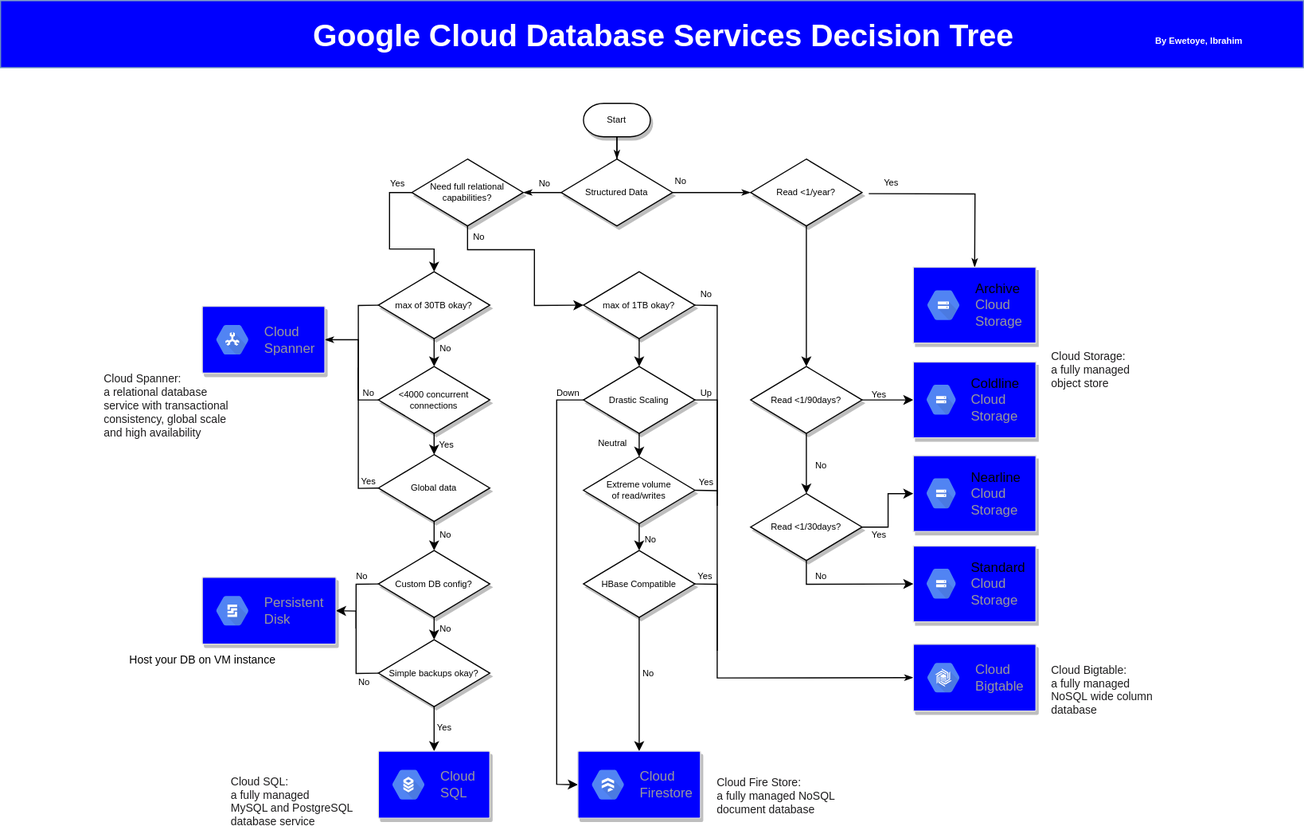
Before: diagram/decision_chart.svg, a diagram exported from draw.io (EwetoyeIbrahim/Google-Cloud-Database-Services-Decision-Tree). Source tidied: cells renumbered, new cells last; positions are measured from the earlier drawing's top-left corner, leaving out a move shared by most shapes.
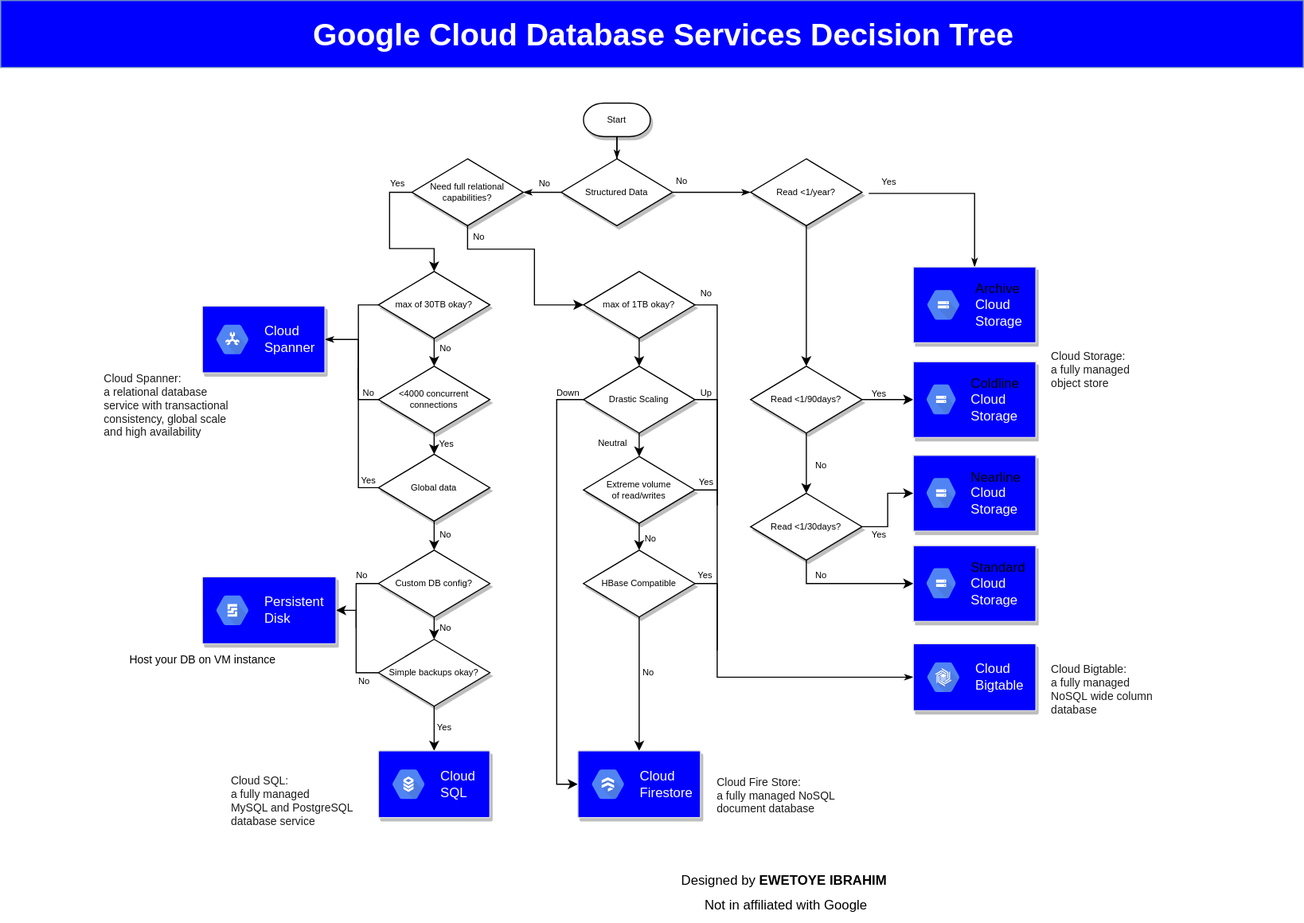
The same diagram one commit later.

What changed in the source:
```diff
@@ -279,16 +279,13 @@
     <mxCell id="70" style="rounded=0;whiteSpace=wrap;html=1;fontFamily=Helvetica;fontSize=8;strokeColor=#6c8ebf;fillColor=#0000FF;" parent="1" vertex="1">
       <mxGeometry width="1169" height="60" as="geometry" />
     </mxCell>
-    <mxCell id="71" value="&lt;span&gt;&lt;font&gt;By Ewetoye, Ibrahim&lt;/font&gt;&lt;/span&gt;" style="text;html=1;align=center;verticalAlign=bottom;fontSize=8;fontFamily=Helvetica;fontColor=#FFFFFF;fontStyle=1;" parent="1" vertex="1">
-      <mxGeometry x="1030" y="24" width="90" height="20" as="geometry" />
-    </mxCell>
     <mxCell id="72" value="&lt;span style=&quot;font-size: 28px&quot;&gt;&lt;span&gt;&lt;font color=&quot;#ffffff&quot;&gt;Google Cloud Database Services Decision Tree&lt;/font&gt;&lt;/span&gt;&lt;/span&gt;" style="text;html=1;strokeColor=none;fillColor=none;align=center;verticalAlign=bottom;whiteSpace=wrap;rounded=0;fontFamily=Helvetica;fontSize=8;fontStyle=1;" parent="1" vertex="1">
       <mxGeometry x="210" y="31" width="770" height="20" as="geometry" />
     </mxCell>
     <mxCell id="73" style="strokeColor=#dddddd;shadow=1;strokeWidth=1;rounded=1;absoluteArcSize=1;arcSize=2;fillColor=#0000FF;fontFamily=Helvetica;fontSize=8;fontColor=#FFFFFF;" parent="1" vertex="1">
       <mxGeometry x="339" y="673" width="100" height="60" as="geometry" />
     </mxCell>
-    <mxCell id="74" value="&lt;font&gt;Cloud&lt;br&gt;SQL&lt;/font&gt;" style="dashed=0;html=1;fillColor=#5184F3;strokeColor=none;shape=mxgraph.gcp2.hexIcon;prIcon=cloud_sql;labelPosition=right;verticalLabelPosition=middle;align=left;verticalAlign=middle;spacingLeft=5;fontColor=#999999;fontSize=12;fontFamily=Helvetica;" parent="73" vertex="1">
+    <mxCell id="74" value="&lt;font color=&quot;#ffffff&quot;&gt;Cloud&lt;br&gt;SQL&lt;/font&gt;" style="dashed=0;html=1;fillColor=#5184F3;strokeColor=none;shape=mxgraph.gcp2.hexIcon;prIcon=cloud_sql;labelPosition=right;verticalLabelPosition=middle;align=left;verticalAlign=middle;spacingLeft=5;fontColor=#999999;fontSize=12;fontFamily=Helvetica;" parent="73" vertex="1">
       <mxGeometry y="0.5" width="44" height="39" relative="1" as="geometry">
         <mxPoint x="5" y="-19.5" as="offset" />
       </mxGeometry>
@@ -296,7 +293,7 @@
     <mxCell id="75" style="strokeColor=#dddddd;shadow=1;strokeWidth=1;rounded=1;absoluteArcSize=1;arcSize=2;fillColor=#0000FF;fontFamily=Helvetica;fontSize=12;fontColor=#FFFFFF;" parent="1" vertex="1">
       <mxGeometry x="518" y="673" width="110" height="60" as="geometry" />
     </mxCell>
-    <mxCell id="76" value="Cloud&#10;Firestore" style="dashed=0;html=1;fillColor=#5184F3;strokeColor=none;shape=mxgraph.gcp2.hexIcon;prIcon=cloud_firestore;labelPosition=right;verticalLabelPosition=middle;align=left;verticalAlign=middle;spacingLeft=5;fontColor=#999999;fontSize=12;fontFamily=Helvetica;" parent="75" vertex="1">
+    <mxCell id="76" value="&lt;font color=&quot;#ffffff&quot;&gt;Cloud&lt;br&gt;Firestore&lt;/font&gt;" style="dashed=0;html=1;fillColor=#5184F3;strokeColor=none;shape=mxgraph.gcp2.hexIcon;prIcon=cloud_firestore;labelPosition=right;verticalLabelPosition=middle;align=left;verticalAlign=middle;spacingLeft=5;fontColor=#999999;fontSize=12;fontFamily=Helvetica;" parent="75" vertex="1">
       <mxGeometry y="0.5" width="44" height="39" relative="1" as="geometry">
         <mxPoint x="5" y="-19.5" as="offset" />
       </mxGeometry>
@@ -304,7 +301,7 @@
     <mxCell id="77" style="strokeColor=#dddddd;shadow=1;strokeWidth=1;rounded=1;absoluteArcSize=1;arcSize=2;fillColor=#0000FF;fontFamily=Helvetica;fontSize=12;fontColor=#FFFFFF;" parent="1" vertex="1">
       <mxGeometry x="181" y="274" width="110" height="60" as="geometry" />
     </mxCell>
-    <mxCell id="78" value="Cloud&#10;Spanner" style="dashed=0;html=1;fillColor=#5184F3;strokeColor=none;shape=mxgraph.gcp2.hexIcon;prIcon=cloud_spanner;labelPosition=right;verticalLabelPosition=middle;align=left;verticalAlign=middle;spacingLeft=5;fontColor=#999999;fontSize=12;fontFamily=Helvetica;" parent="77" vertex="1">
+    <mxCell id="78" value="&lt;font color=&quot;#ffffff&quot;&gt;Cloud&lt;br&gt;Spanner&lt;/font&gt;" style="dashed=0;html=1;fillColor=#5184F3;strokeColor=none;shape=mxgraph.gcp2.hexIcon;prIcon=cloud_spanner;labelPosition=right;verticalLabelPosition=middle;align=left;verticalAlign=middle;spacingLeft=5;fontColor=#999999;fontSize=12;fontFamily=Helvetica;" parent="77" vertex="1">
       <mxGeometry y="0.5" width="44" height="39" relative="1" as="geometry">
         <mxPoint x="5" y="-19.5" as="offset" />
       </mxGeometry>
@@ -312,7 +309,7 @@
     <mxCell id="79" style="strokeColor=#dddddd;shadow=1;strokeWidth=1;rounded=1;absoluteArcSize=1;arcSize=2;fillColor=#0000FF;fontFamily=Helvetica;fontSize=12;fontColor=#FFFFFF;" parent="1" vertex="1">
       <mxGeometry x="819" y="577" width="110" height="60" as="geometry" />
     </mxCell>
-    <mxCell id="80" value="Cloud&#10;Bigtable" style="dashed=0;html=1;fillColor=#5184F3;strokeColor=none;shape=mxgraph.gcp2.hexIcon;prIcon=cloud_bigtable;labelPosition=right;verticalLabelPosition=middle;align=left;verticalAlign=middle;spacingLeft=5;fontColor=#999999;fontSize=12;fontFamily=Helvetica;" parent="79" vertex="1">
+    <mxCell id="80" value="&lt;font color=&quot;#ffffff&quot;&gt;Cloud&lt;br&gt;Bigtable&lt;/font&gt;" style="dashed=0;html=1;fillColor=#5184F3;strokeColor=none;shape=mxgraph.gcp2.hexIcon;prIcon=cloud_bigtable;labelPosition=right;verticalLabelPosition=middle;align=left;verticalAlign=middle;spacingLeft=5;fontColor=#999999;fontSize=12;fontFamily=Helvetica;" parent="79" vertex="1">
       <mxGeometry y="0.5" width="44" height="39" relative="1" as="geometry">
         <mxPoint x="5" y="-19.5" as="offset" />
       </mxGeometry>
@@ -320,7 +317,7 @@
     <mxCell id="81" style="shape=mxgraph.gcp2;strokeColor=#dddddd;shadow=1;strokeWidth=1;fillColor=#0000FF;fontFamily=Helvetica;fontSize=12;fontColor=#FFFFFF;" parent="1" vertex="1">
       <mxGeometry x="819" y="239" width="110" height="68" as="geometry" />
     </mxCell>
-    <mxCell id="82" value="&lt;font color=&quot;#000000&quot;&gt;Archive&lt;/font&gt;&lt;br&gt;Cloud&lt;br&gt;Storage" style="dashed=0;html=1;fillColor=#5184F3;strokeColor=none;shape=mxgraph.gcp2.hexIcon;prIcon=cloud_storage;labelPosition=right;verticalLabelPosition=middle;align=left;verticalAlign=middle;spacingLeft=5;fontColor=#999999;fontSize=12;fontFamily=Helvetica;" parent="81" vertex="1">
+    <mxCell id="82" value="&lt;font color=&quot;#000000&quot;&gt;Archive&lt;/font&gt;&lt;br&gt;&lt;font color=&quot;#ffffff&quot;&gt;Cloud&lt;/font&gt;&lt;br&gt;&lt;font color=&quot;#ffffff&quot;&gt;Storage&lt;/font&gt;" style="dashed=0;html=1;fillColor=#5184F3;strokeColor=none;shape=mxgraph.gcp2.hexIcon;prIcon=cloud_storage;labelPosition=right;verticalLabelPosition=middle;align=left;verticalAlign=middle;spacingLeft=5;fontColor=#999999;fontSize=12;fontFamily=Helvetica;" parent="81" vertex="1">
       <mxGeometry y="0.5" width="44" height="39" relative="1" as="geometry">
         <mxPoint x="5" y="-19.5" as="offset" />
       </mxGeometry>
@@ -328,7 +325,7 @@
     <mxCell id="83" style="shape=mxgraph.gcp2;strokeColor=#dddddd;shadow=1;strokeWidth=1;fillColor=#0000FF;fontFamily=Helvetica;fontSize=12;fontColor=#FFFFFF;" parent="1" vertex="1">
       <mxGeometry x="819" y="324" width="110" height="68" as="geometry" />
     </mxCell>
-    <mxCell id="84" value="&lt;font color=&quot;#000000&quot;&gt;Coldline&lt;/font&gt;&lt;br&gt;Cloud&lt;br&gt;Storage" style="dashed=0;html=1;fillColor=#5184F3;strokeColor=none;shape=mxgraph.gcp2.hexIcon;prIcon=cloud_storage;labelPosition=right;verticalLabelPosition=middle;align=left;verticalAlign=middle;spacingLeft=5;fontColor=#999999;fontSize=12;fontFamily=Helvetica;" parent="83" vertex="1">
+    <mxCell id="84" value="&lt;font color=&quot;#000000&quot;&gt;Coldline&lt;/font&gt;&lt;br&gt;&lt;font color=&quot;#ffffff&quot;&gt;Cloud&lt;br&gt;Storage&lt;/font&gt;" style="dashed=0;html=1;fillColor=#5184F3;strokeColor=none;shape=mxgraph.gcp2.hexIcon;prIcon=cloud_storage;labelPosition=right;verticalLabelPosition=middle;align=left;verticalAlign=middle;spacingLeft=5;fontColor=#999999;fontSize=12;fontFamily=Helvetica;" parent="83" vertex="1">
       <mxGeometry y="0.5" width="40" height="39.5" relative="1" as="geometry">
         <mxPoint x="5" y="-20" as="offset" />
       </mxGeometry>
@@ -336,7 +333,7 @@
     <mxCell id="85" style="shape=mxgraph.gcp2;strokeColor=#dddddd;shadow=1;strokeWidth=1;fillColor=#0000FF;fontFamily=Helvetica;fontSize=12;fontColor=#FFFFFF;" parent="1" vertex="1">
       <mxGeometry x="819" y="408" width="110" height="68" as="geometry" />
     </mxCell>
-    <mxCell id="86" value="&lt;font color=&quot;#000000&quot;&gt;Nearline&lt;/font&gt;&lt;br&gt;Cloud&lt;br&gt;Storage" style="dashed=0;html=1;fillColor=#5184F3;strokeColor=none;shape=mxgraph.gcp2.hexIcon;prIcon=cloud_storage;labelPosition=right;verticalLabelPosition=middle;align=left;verticalAlign=middle;spacingLeft=5;fontColor=#999999;fontSize=12;fontFamily=Helvetica;" parent="85" vertex="1">
+    <mxCell id="86" value="&lt;font color=&quot;#000000&quot;&gt;Nearline&lt;/font&gt;&lt;br&gt;&lt;font color=&quot;#ffffff&quot;&gt;Cloud&lt;/font&gt;&lt;br&gt;&lt;font color=&quot;#ffffff&quot;&gt;Storage&lt;/font&gt;" style="dashed=0;html=1;fillColor=#5184F3;strokeColor=none;shape=mxgraph.gcp2.hexIcon;prIcon=cloud_storage;labelPosition=right;verticalLabelPosition=middle;align=left;verticalAlign=middle;spacingLeft=5;fontColor=#999999;fontSize=12;fontFamily=Helvetica;" parent="85" vertex="1">
       <mxGeometry y="0.5" width="40" height="39.5" relative="1" as="geometry">
         <mxPoint x="5" y="-20" as="offset" />
       </mxGeometry>
@@ -344,7 +341,7 @@
     <mxCell id="87" style="shape=mxgraph.gcp2;strokeColor=#dddddd;shadow=1;strokeWidth=1;fillColor=#0000FF;fontFamily=Helvetica;fontSize=12;fontColor=#FFFFFF;" parent="1" vertex="1">
       <mxGeometry x="819" y="489" width="110" height="68" as="geometry" />
     </mxCell>
-    <mxCell id="88" value="&lt;font color=&quot;#000000&quot;&gt;Standard&lt;/font&gt;&lt;br&gt;Cloud&lt;br&gt;Storage" style="dashed=0;html=1;fillColor=#5184F3;strokeColor=none;shape=mxgraph.gcp2.hexIcon;prIcon=cloud_storage;labelPosition=right;verticalLabelPosition=middle;align=left;verticalAlign=middle;spacingLeft=5;fontColor=#999999;fontSize=12;fontFamily=Helvetica;" parent="87" vertex="1">
+    <mxCell id="88" value="&lt;font style=&quot;&quot; color=&quot;#000000&quot;&gt;Standard&lt;/font&gt;&lt;br&gt;&lt;font color=&quot;#ffffff&quot;&gt;Cloud&lt;/font&gt;&lt;br&gt;&lt;font color=&quot;#ffffff&quot;&gt;Storage&lt;/font&gt;" style="dashed=0;html=1;fillColor=#5184F3;strokeColor=none;shape=mxgraph.gcp2.hexIcon;prIcon=cloud_storage;labelPosition=right;verticalLabelPosition=middle;align=left;verticalAlign=middle;spacingLeft=5;fontColor=#999999;fontSize=12;fontFamily=Helvetica;" parent="87" vertex="1">
       <mxGeometry y="0.5" width="40" height="39.5" relative="1" as="geometry">
         <mxPoint x="5" y="-20" as="offset" />
       </mxGeometry>
@@ -373,7 +370,7 @@
     <mxCell id="96" style="strokeColor=#dddddd;shadow=1;strokeWidth=1;rounded=1;absoluteArcSize=1;arcSize=2;fillColor=#0000FF;fontFamily=Helvetica;fontSize=12;fontColor=#FFFFFF;" parent="1" vertex="1">
       <mxGeometry x="181" y="517" width="120" height="60" as="geometry" />
     </mxCell>
-    <mxCell id="97" value="Persistent&#10;Disk" style="dashed=0;html=1;fillColor=#5184F3;strokeColor=none;shape=mxgraph.gcp2.hexIcon;prIcon=persistent_disk;labelPosition=right;verticalLabelPosition=middle;align=left;verticalAlign=middle;spacingLeft=5;fontColor=#999999;fontSize=12;fontFamily=Helvetica;" parent="96" vertex="1">
+    <mxCell id="97" value="&lt;font color=&quot;#ffffff&quot;&gt;Persistent&lt;br&gt;Disk&lt;/font&gt;" style="dashed=0;html=1;fillColor=#5184F3;strokeColor=none;shape=mxgraph.gcp2.hexIcon;prIcon=persistent_disk;labelPosition=right;verticalLabelPosition=middle;align=left;verticalAlign=middle;spacingLeft=5;fontColor=#999999;fontSize=12;fontFamily=Helvetica;" parent="96" vertex="1">
       <mxGeometry y="0.5" width="44" height="39" relative="1" as="geometry">
         <mxPoint x="5" y="-19.5" as="offset" />
       </mxGeometry>
@@ -381,5 +378,11 @@
     <mxCell id="98" value="&lt;font style=&quot;font-size: 10px;&quot;&gt;Host your DB on VM instance&lt;/font&gt;" style="text;html=1;align=center;verticalAlign=middle;fontSize=10;fontFamily=Helvetica;labelBackgroundColor=#ffffff;" parent="1" vertex="1">
       <mxGeometry x="106" y="581" width="150" height="20" as="geometry" />
     </mxCell>
+    <mxCell id="99" value="&lt;font style=&quot;font-size: 12px;&quot; color=&quot;#000000&quot;&gt;Designed by &lt;b style=&quot;&quot;&gt;EWETOYE IBRAHIM&lt;/b&gt;&amp;nbsp;&lt;/font&gt;" style="text;html=1;strokeColor=none;fillColor=none;align=center;verticalAlign=middle;whiteSpace=wrap;rounded=0;labelBackgroundColor=none;fontColor=#FFFFFF;" parent="1" vertex="1">
+      <mxGeometry x="540" y="770" width="330" height="40" as="geometry" />
+    </mxCell>
+    <mxCell id="100" value="Not in affiliated with Google" style="text;html=1;strokeColor=none;fillColor=none;align=center;verticalAlign=middle;whiteSpace=wrap;rounded=0;labelBackgroundColor=none;fontFamily=Helvetica;fontSize=12;fontColor=#000000;" parent="1" vertex="1">
+      <mxGeometry x="600" y="797" width="210" height="30" as="geometry" />
+    </mxCell>
   </root>
 </mxGraphModel>
```
